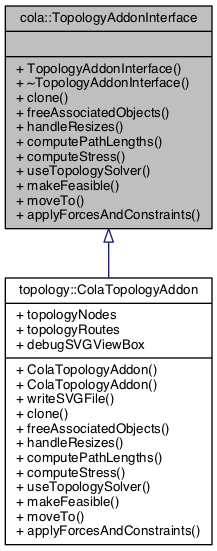
Before: documentation/classcola_1_1TopologyAddonInterface__inherit__graph.png, a diagram exported from Graphviz (mjwybrow/adaptagrams). Its source is kept beside it as documentation/classcola_1_1TopologyAddonInterface__inherit__graph.dot.
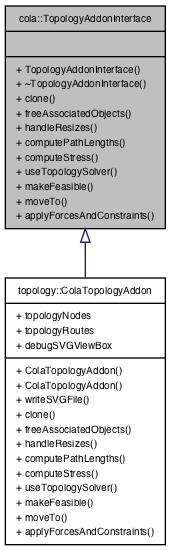
Later version of the same file.

Diff of the diagram source:
```diff
@@ -2,7 +2,7 @@
 {
   edge [fontname="Helvetica",fontsize="10",labelfontname="Helvetica",labelfontsize="10"];
   node [fontname="Helvetica",fontsize="10",shape=record];
-  Node1 [label="{cola::TopologyAddonInterface\n||+ TopologyAddonInterface()\l+ ~TopologyAddonInterface()\l+ clone()\l+ freeAssociatedObjects()\l+ handleResizes()\l+ computePathLengths()\l+ computeStress()\l+ useTopologySolver()\l+ makeFeasible()\l+ moveTo()\l+ applyForcesAndConstraints()\l}",height=0.2,width=0.4,color="black", fillcolor="grey75", style="filled", fontcolor="black"];
-  Node1 -> Node2 [dir="back",color="midnightblue",fontsize="10",style="solid",arrowtail="onormal",fontname="Helvetica"];
-  Node2 [label="{topology::ColaTopologyAddon\n|+ topologyNodes\l+ topologyRoutes\l+ debugSVGViewBox\l|+ ColaTopologyAddon()\l+ ColaTopologyAddon()\l+ writeSVGFile()\l+ clone()\l+ freeAssociatedObjects()\l+ handleResizes()\l+ computePathLengths()\l+ computeStress()\l+ useTopologySolver()\l+ makeFeasible()\l+ moveTo()\l+ applyForcesAndConstraints()\l}",height=0.2,width=0.4,color="black", fillcolor="white", style="filled",URL="$classtopology_1_1ColaTopologyAddon.html",tooltip="This class can be passed to libcola to replace some functionality to provide topology preserving layo..."];
+  Node0 [label="{cola::TopologyAddonInterface\n||+ TopologyAddonInterface()\l+ ~TopologyAddonInterface()\l+ clone()\l+ freeAssociatedObjects()\l+ handleResizes()\l+ computePathLengths()\l+ computeStress()\l+ useTopologySolver()\l+ makeFeasible()\l+ moveTo()\l+ applyForcesAndConstraints()\l}",height=0.2,width=0.4,color="black", fillcolor="grey75", style="filled", fontcolor="black"];
+  Node0 -> Node1 [dir="back",color="midnightblue",fontsize="10",style="solid",arrowtail="onormal",fontname="Helvetica"];
+  Node1 [label="{topology::ColaTopologyAddon\n|+ topologyNodes\l+ topologyRoutes\l+ debugSVGViewBox\l|+ ColaTopologyAddon()\l+ ColaTopologyAddon()\l+ writeSVGFile()\l+ clone()\l+ freeAssociatedObjects()\l+ handleResizes()\l+ computePathLengths()\l+ computeStress()\l+ useTopologySolver()\l+ makeFeasible()\l+ moveTo()\l+ applyForcesAndConstraints()\l}",height=0.2,width=0.4,color="black", fillcolor="white", style="filled",URL="$classtopology_1_1ColaTopologyAddon.html",tooltip="This class can be passed to libcola to replace some functionality to provide topology preserving layo..."];
 }
```
